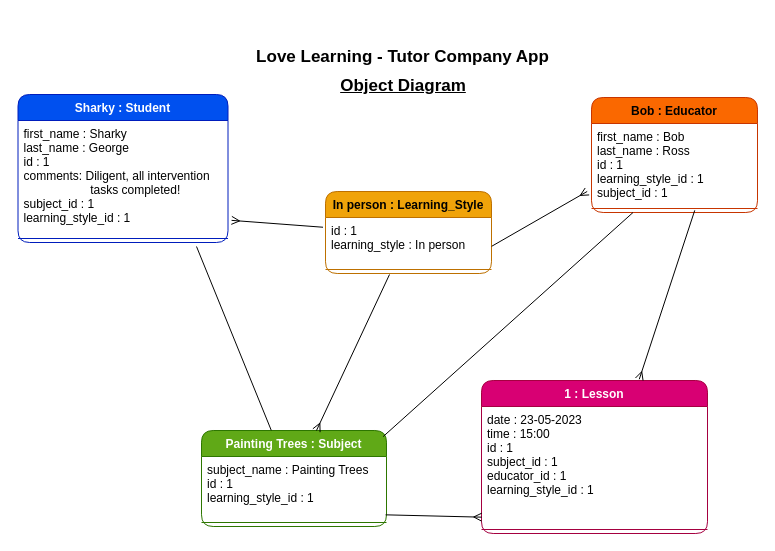
Before: Planning/object1_diagram.drawio in SdcBartram/LoveLearning_Tutor_Company_Project, a draw.io diagram. Source tidied: cells renumbered, new cells numbered last; positions are measured from the earlier drawing's top-left corner, leaving out a move shared by most shapes. Both pictures are drawn from the tidied source at 100%, with x=0, y=0 at pixel (18, 17).
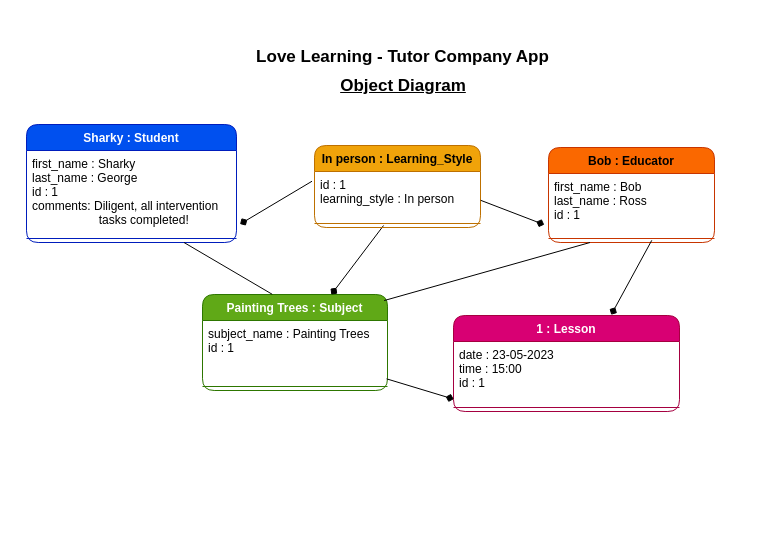
Above is the later version.

The change refers to these unchanged cells:
```xml
<mxCell id="18" value="id : 1&#10;learning_style : In person" style="text;strokeColor=none;fillColor=none;align=left;verticalAlign=top;spacingLeft=4;spacingRight=4;overflow=hidden;points=[[0,0.5],[1,0.5]];portConstraint=eastwest;rounded=1;fontColor=#000000;" parent="17" vertex="1">
  <mxGeometry y="26" width="166" height="48" as="geometry" />
</mxCell>
<mxCell id="19" style="line;strokeWidth=1;fillColor=none;align=left;verticalAlign=middle;spacingTop=-1;spacingLeft=3;spacingRight=3;labelPosition=right;points=[];portConstraint=eastwest;strokeColor=inherit;rounded=1;fontColor=#000000;" parent="17" vertex="1">
  <mxGeometry y="74" width="166" height="8" as="geometry" />
</mxCell>
```

Diff of the diagram source:
```diff
@@
     <mxCell id="2" value="Sharky : Student" style="swimlane;fontStyle=1;align=center;verticalAlign=top;horizontal=1;startSize=26;rounded=1;fontColor=#ffffff;fillColor=#0050ef;strokeColor=#001DBC;" parent="1" vertex="1">
-      <mxGeometry x="-0.5" y="77" width="210" height="148" as="geometry" />
+      <mxGeometry x="8" y="107" width="210" height="118" as="geometry" />
     </mxCell>
-    <mxCell id="3" value="first_name : Sharky&#10;last_name : George&#10;id : 1&#10;comments: Diligent, all intervention &#10;                    tasks completed!&#10;subject_id : 1&#10;learning_style_id : 1" style="text;strokeColor=none;fillColor=none;align=left;verticalAlign=top;spacingLeft=4;spacingRight=4;overflow=hidden;points=[[0,0.5],[1,0.5]];portConstraint=eastwest;rounded=1;fontColor=#000000;" parent="2" vertex="1">
-      <mxGeometry y="26" width="210" height="114" as="geometry" />
+    <mxCell id="3" value="first_name : Sharky&#10;last_name : George&#10;id : 1&#10;comments: Diligent, all intervention &#10;                    tasks completed!" style="text;strokeColor=none;fillColor=none;align=left;verticalAlign=top;spacingLeft=4;spacingRight=4;overflow=hidden;points=[[0,0.5],[1,0.5]];portConstraint=eastwest;rounded=1;fontColor=#000000;" parent="2" vertex="1">
+      <mxGeometry y="26" width="210" height="84" as="geometry" />
     </mxCell>
     <mxCell id="4" style="line;strokeWidth=1;fillColor=none;align=left;verticalAlign=middle;spacingTop=-1;spacingLeft=3;spacingRight=3;labelPosition=right;strokeColor=inherit;rounded=1;fontColor=#000000;" parent="2" vertex="1">
-      <mxGeometry y="140" width="210" height="8" as="geometry" />
+      <mxGeometry y="110" width="210" height="8" as="geometry" />
     </mxCell>
@@
     <mxCell id="7" value="Painting Trees : Subject" style="swimlane;fontStyle=1;align=center;verticalAlign=top;horizontal=1;startSize=26;rounded=1;fontColor=#ffffff;fillColor=#60a917;strokeColor=#2D7600;" parent="1" vertex="1">
-      <mxGeometry x="183" y="413" width="185" height="96" as="geometry" />
+      <mxGeometry x="184" y="277" width="185" height="96" as="geometry" />
     </mxCell>
-    <mxCell id="8" value="subject_name : Painting Trees&#10;id : 1&#10;learning_style_id : 1" style="text;strokeColor=none;fillColor=none;align=left;verticalAlign=top;spacingLeft=4;spacingRight=4;overflow=hidden;points=[[0,0.5],[1,0.5]];portConstraint=eastwest;rounded=1;fontColor=#000000;" parent="7" vertex="1">
+    <mxCell id="8" value="subject_name : Painting Trees&#10;id : 1&#10;" style="text;strokeColor=none;fillColor=none;align=left;verticalAlign=top;spacingLeft=4;spacingRight=4;overflow=hidden;points=[[0,0.5],[1,0.5]];portConstraint=eastwest;rounded=1;fontColor=#000000;" parent="7" vertex="1">
       <mxGeometry y="26" width="185" height="62" as="geometry" />
     </mxCell>
@@
     <mxCell id="10" value="Bob : Educator" style="swimlane;fontStyle=1;align=center;verticalAlign=top;horizontal=1;startSize=26;rounded=1;fontColor=#000000;fillColor=#fa6800;strokeColor=#C73500;" parent="1" vertex="1">
-      <mxGeometry x="573" y="80" width="166" height="115" as="geometry" />
+      <mxGeometry x="530" y="130" width="166" height="95" as="geometry" />
     </mxCell>
-    <mxCell id="11" value="first_name : Bob&#10;last_name : Ross&#10;id : 1&#10;learning_style_id : 1&#10;subject_id : 1" style="text;strokeColor=none;fillColor=none;align=left;verticalAlign=top;spacingLeft=4;spacingRight=4;overflow=hidden;points=[[0,0.5],[1,0.5]];portConstraint=eastwest;rounded=1;fontColor=#000000;" parent="10" vertex="1">
-      <mxGeometry y="26" width="166" height="81" as="geometry" />
+    <mxCell id="11" value="first_name : Bob&#10;last_name : Ross&#10;id : 1&#10;" style="text;strokeColor=none;fillColor=none;align=left;verticalAlign=top;spacingLeft=4;spacingRight=4;overflow=hidden;points=[[0,0.5],[1,0.5]];portConstraint=eastwest;rounded=1;fontColor=#000000;" parent="10" vertex="1">
+      <mxGeometry y="26" width="166" height="61" as="geometry" />
     </mxCell>
     <mxCell id="12" style="line;strokeWidth=1;fillColor=none;align=left;verticalAlign=middle;spacingTop=-1;spacingLeft=3;spacingRight=3;labelPosition=right;points=[];portConstraint=eastwest;strokeColor=inherit;rounded=1;fontColor=#000000;" parent="10" vertex="1">
-      <mxGeometry y="107" width="166" height="8" as="geometry" />
+      <mxGeometry y="87" width="166" height="8" as="geometry" />
     </mxCell>
     <mxCell id="13" value="1 : Lesson" style="swimlane;fontStyle=1;align=center;verticalAlign=top;horizontal=1;startSize=26;rounded=1;fontColor=#ffffff;fillColor=#d80073;strokeColor=#A50040;" parent="1" vertex="1">
-      <mxGeometry x="463" y="363" width="226" height="153" as="geometry" />
+      <mxGeometry x="435" y="298" width="226" height="96" as="geometry" />
     </mxCell>
-    <mxCell id="14" value="date : 23-05-2023&#10;time : 15:00&#10;id : 1&#10;subject_id : 1&#10;educator_id : 1&#10;learning_style_id : 1" style="text;strokeColor=none;fillColor=none;align=left;verticalAlign=top;spacingLeft=4;spacingRight=4;overflow=hidden;points=[[0,0.5],[1,0.5]];portConstraint=eastwest;rounded=1;fontColor=#000000;" parent="13" vertex="1">
-      <mxGeometry y="26" width="226" height="119" as="geometry" />
+    <mxCell id="14" value="date : 23-05-2023&#10;time : 15:00&#10;id : 1&#10;" style="text;strokeColor=none;fillColor=none;align=left;verticalAlign=top;spacingLeft=4;spacingRight=4;overflow=hidden;points=[[0,0.5],[1,0.5]];portConstraint=eastwest;rounded=1;fontColor=#000000;" parent="13" vertex="1">
+      <mxGeometry y="26" width="226" height="62" as="geometry" />
     </mxCell>
     <mxCell id="15" style="line;strokeWidth=1;fillColor=none;align=left;verticalAlign=middle;spacingTop=-1;spacingLeft=3;spacingRight=3;labelPosition=right;strokeColor=inherit;rounded=1;fontColor=#000000;" parent="13" vertex="1">
-      <mxGeometry y="145" width="226" height="8" as="geometry" />
+      <mxGeometry y="88" width="226" height="8" as="geometry" />
     </mxCell>
-    <mxCell id="16" style="html=1;fontSize=17;endArrow=ERmany;endFill=0;fontColor=#000000;strokeColor=#000000;" parent="1" edge="1" target="7">
-      <mxGeometry relative="1" as="geometry">
-        <mxPoint x="371" y="257" as="sourcePoint" />
-      </mxGeometry>
+    <mxCell id="16" style="html=1;fontSize=17;endArrow=diamond;endFill=1;fontColor=#000000;strokeColor=#000000;exitX=0.416;exitY=0.75;exitDx=0;exitDy=0;exitPerimeter=0;" parent="1" edge="1" source="19" target="7">
+      <mxGeometry relative="1" as="geometry" />
     </mxCell>
     <mxCell id="17" value="In person : Learning_Style" style="swimlane;fontStyle=1;align=center;verticalAlign=top;horizontal=1;startSize=26;rounded=1;fillColor=#f0a30a;strokeColor=#BD7000;fontColor=#000000;" parent="1" vertex="1">
-      <mxGeometry x="307" y="174" width="166" height="82" as="geometry" />
+      <mxGeometry x="296" y="128" width="166" height="82" as="geometry" />
     </mxCell>
@@
-    <mxCell id="20" style="html=1;exitX=1.001;exitY=0.6;exitDx=0;exitDy=0;entryX=-0.026;entryY=0.839;entryDx=0;entryDy=0;fontSize=17;endArrow=ERmany;endFill=0;exitPerimeter=0;entryPerimeter=0;fontColor=#000000;strokeColor=#000000;" parent="1" edge="1" source="18" target="11">
+    <mxCell id="20" style="html=1;exitX=1.001;exitY=0.6;exitDx=0;exitDy=0;entryX=-0.026;entryY=0.839;entryDx=0;entryDy=0;fontSize=17;endArrow=diamond;endFill=1;exitPerimeter=0;entryPerimeter=0;fontColor=#000000;strokeColor=#000000;" parent="1" edge="1" source="18" target="11">
       <mxGeometry relative="1" as="geometry" />
     </mxCell>
-    <mxCell id="21" style="html=1;fontSize=17;endArrow=ERmany;endFill=0;exitX=-0.015;exitY=0.203;exitDx=0;exitDy=0;exitPerimeter=0;entryX=1.017;entryY=0.876;entryDx=0;entryDy=0;entryPerimeter=0;fontColor=#000000;strokeColor=#000000;" parent="1" edge="1" source="18" target="3">
+    <mxCell id="21" style="html=1;fontSize=17;endArrow=diamond;endFill=1;exitX=-0.015;exitY=0.203;exitDx=0;exitDy=0;exitPerimeter=0;entryX=1.017;entryY=0.876;entryDx=0;entryDy=0;entryPerimeter=0;fontColor=#000000;strokeColor=#000000;" parent="1" edge="1" source="18" target="3">
       <mxGeometry relative="1" as="geometry" />
     </mxCell>
@@
-    <mxCell id="23" style="html=1;fontSize=17;endArrow=ERmany;endFill=0;entryX=0.698;entryY=-0.008;entryDx=0;entryDy=0;entryPerimeter=0;fontColor=#000000;strokeColor=#000000;exitX=0.622;exitY=0.73;exitDx=0;exitDy=0;exitPerimeter=0;" parent="1" edge="1" source="12" target="13">
+    <mxCell id="23" style="html=1;fontSize=17;endArrow=diamond;endFill=1;entryX=0.698;entryY=-0.008;entryDx=0;entryDy=0;entryPerimeter=0;fontColor=#000000;strokeColor=#000000;exitX=0.622;exitY=0.73;exitDx=0;exitDy=0;exitPerimeter=0;" parent="1" edge="1" source="12" target="13">
       <mxGeometry relative="1" as="geometry" />
     </mxCell>
-    <mxCell id="24" style="html=1;entryX=0.001;entryY=0.93;entryDx=0;entryDy=0;entryPerimeter=0;fontSize=17;startArrow=none;startFill=0;endArrow=ERmany;endFill=0;exitX=0.995;exitY=0.941;exitDx=0;exitDy=0;exitPerimeter=0;fontColor=#000000;strokeColor=#000000;" parent="1" edge="1" source="8" target="14">
+    <mxCell id="24" style="html=1;entryX=0.001;entryY=0.93;entryDx=0;entryDy=0;entryPerimeter=0;fontSize=17;startArrow=none;startFill=0;endArrow=diamond;endFill=1;exitX=0.995;exitY=0.941;exitDx=0;exitDy=0;exitPerimeter=0;fontColor=#000000;strokeColor=#000000;" parent="1" edge="1" source="8" target="14">
       <mxGeometry relative="1" as="geometry" />
     </mxCell>
-    <mxCell id="25" style="edgeStyle=none;html=1;endArrow=none;endFill=0;entryX=0.377;entryY=-0.002;entryDx=0;entryDy=0;entryPerimeter=0;strokeColor=#050505;startArrow=none;startFill=0;" parent="1" edge="1" target="7">
-      <mxGeometry relative="1" as="geometry">
-        <mxPoint x="178" y="229" as="sourcePoint" />
-      </mxGeometry>
+    <mxCell id="25" style="edgeStyle=none;html=1;endArrow=none;endFill=0;entryX=0.377;entryY=-0.002;entryDx=0;entryDy=0;entryPerimeter=0;strokeColor=#050505;startArrow=none;startFill=0;exitX=0.75;exitY=1;exitDx=0;exitDy=0;" parent="1" edge="1" source="2" target="7">
+      <mxGeometry relative="1" as="geometry" />
     </mxCell>
```
